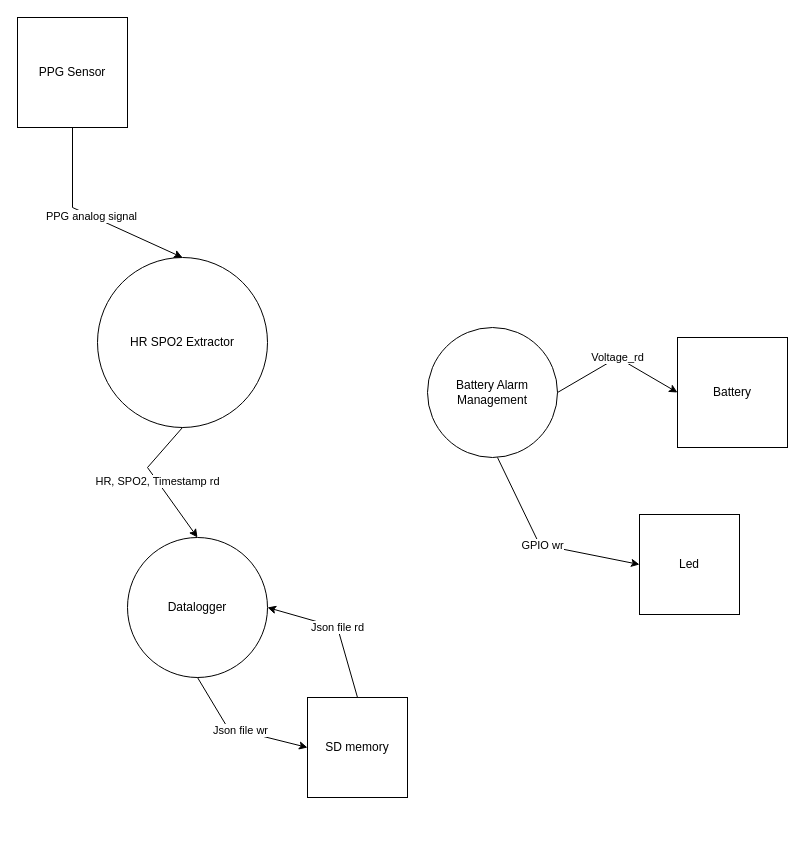
Earlier version of the draw.io diagram page "Level 1" (2 of 5) of diagrams/PPG signal processing device STM32F411RE.drawio.xml (Tonyb94/PPG-Signal-Processing). Source tidied: cells renumbered, new cells numbered last; positions are measured from the earlier drawing's top-left corner, leaving out a move shared by most shapes. Both pictures are drawn from the tidied source at 100%, with x=0, y=0 at pixel (17, 17).
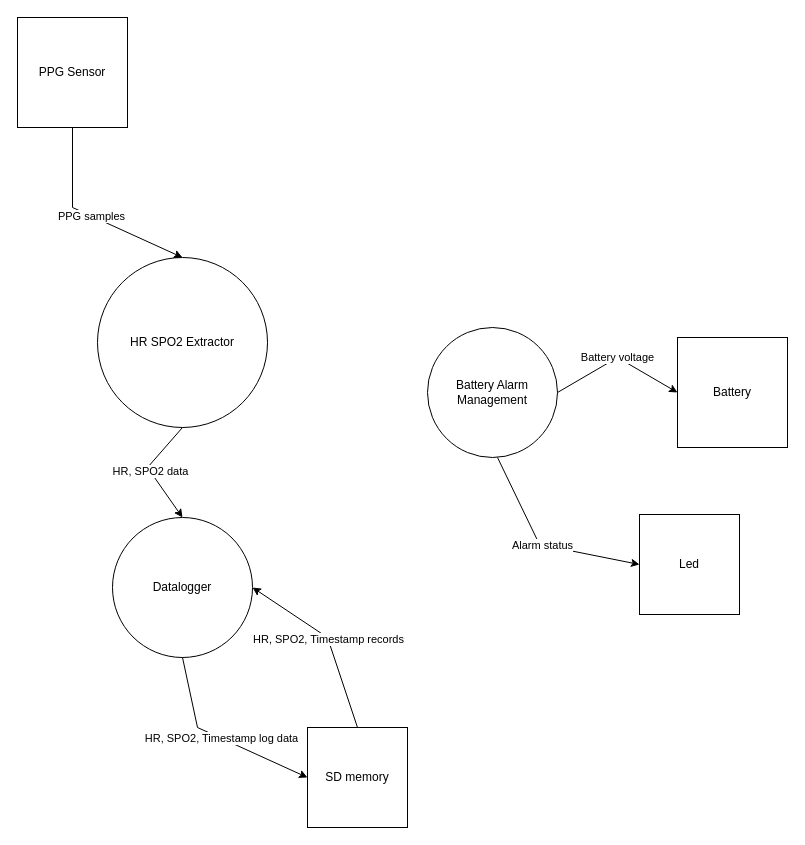
Above is the later version.

Unchanged cells that the change refers to:
```xml
<mxCell id="5" style="endArrow=classic;html=1;rounded=0;exitX=0.5;exitY=1;exitDx=0;exitDy=0;entryX=0.5;entryY=0;entryDx=0;entryDy=0;" parent="1" edge="1" source="2" target="3">
  <mxGeometry relative="1" as="geometry">
    <Array as="points">
      <mxPoint x="130" y="450" />
    </Array>
  </mxGeometry>
</mxCell>
<mxCell id="8" style="endArrow=classic;html=1;rounded=0;exitX=0.5;exitY=1;exitDx=0;exitDy=0;entryX=0.5;entryY=0;entryDx=0;entryDy=0;" parent="1" edge="1" source="7" target="2">
  <mxGeometry relative="1" as="geometry">
    <Array as="points">
      <mxPoint x="55" y="190" />
    </Array>
  </mxGeometry>
</mxCell>
<mxCell id="11" style="endArrow=classic;html=1;rounded=0;exitX=1;exitY=0.5;exitDx=0;exitDy=0;entryX=0;entryY=0.5;entryDx=0;entryDy=0;" parent="1" edge="1" source="4" target="10">
  <mxGeometry relative="1" as="geometry">
    <Array as="points">
      <mxPoint x="600" y="340" />
    </Array>
  </mxGeometry>
</mxCell>
<mxCell id="19" style="endArrow=classic;html=1;rounded=0;exitX=1;exitY=1;exitDx=0;exitDy=0;entryX=0;entryY=0.5;entryDx=0;entryDy=0;" parent="1" edge="1" target="18">
  <mxGeometry relative="1" as="geometry">
    <mxPoint x="480" y="440" as="sourcePoint" />
    <Array as="points">
      <mxPoint x="522" y="527" />
    </Array>
  </mxGeometry>
</mxCell>
```

Change to the diagram source:
```diff
@@
     <mxCell id="3" value="Datalogger" style="ellipse;whiteSpace=wrap;html=1;" parent="1" vertex="1">
-      <mxGeometry x="110" y="520" width="140" height="140" as="geometry" />
+      <mxGeometry x="95" y="500" width="140" height="140" as="geometry" />
     </mxCell>
@@
-    <mxCell id="6" value="HR, SPO2, Timestamp rd" style="edgeLabel;html=1;align=center;verticalAlign=middle;" parent="5" vertex="1">
+    <mxCell id="6" value="HR, SPO2 data" style="edgeLabel;html=1;align=center;verticalAlign=middle;" parent="5" vertex="1">
       <mxGeometry relative="1" as="geometry" />
     </mxCell>
@@
-    <mxCell id="9" value="PPG analog signal" style="edgeLabel;html=1;align=center;verticalAlign=middle;" parent="8" vertex="1">
+    <mxCell id="9" value="PPG samples" style="edgeLabel;html=1;align=center;verticalAlign=middle;" parent="8" vertex="1">
       <mxGeometry relative="1" as="geometry" />
     </mxCell>
@@
-    <mxCell id="12" value="Voltage_rd" style="edgeLabel;html=1;align=center;verticalAlign=middle;" parent="11" vertex="1">
+    <mxCell id="12" value="Battery voltage" style="edgeLabel;html=1;align=center;verticalAlign=middle;" parent="11" vertex="1">
       <mxGeometry relative="1" as="geometry" />
     </mxCell>
     <mxCell id="13" value="SD memory" style="whiteSpace=wrap;html=1;" parent="1" vertex="1">
-      <mxGeometry x="290" y="680" width="100" height="100" as="geometry" />
+      <mxGeometry x="290" y="710" width="100" height="100" as="geometry" />
     </mxCell>
     <mxCell id="14" style="endArrow=classic;html=1;rounded=0;exitX=0.5;exitY=1;exitDx=0;exitDy=0;entryX=0;entryY=0.5;entryDx=0;entryDy=0;" parent="1" edge="1" source="3" target="13">
       <mxGeometry relative="1" as="geometry">
         <Array as="points">
-          <mxPoint x="210" y="710" />
+          <mxPoint x="180" y="710" />
         </Array>
       </mxGeometry>
     </mxCell>
-    <mxCell id="15" value="Json file wr" style="edgeLabel;html=1;align=center;verticalAlign=middle;" parent="14" vertex="1">
+    <mxCell id="15" value="HR, SPO2, Timestamp log data" style="edgeLabel;html=1;align=center;verticalAlign=middle;" parent="14" vertex="1">
       <mxGeometry relative="1" as="geometry">
         <mxPoint x="1" as="offset" />
       </mxGeometry>
     </mxCell>
     <mxCell id="16" style="endArrow=classic;html=1;rounded=0;exitX=0.5;exitY=0;exitDx=0;exitDy=0;entryX=1;entryY=0.5;entryDx=0;entryDy=0;" parent="1" edge="1" source="13" target="3">
       <mxGeometry relative="1" as="geometry">
         <Array as="points">
-          <mxPoint x="320" y="610" />
+          <mxPoint x="310" y="620" />
         </Array>
       </mxGeometry>
     </mxCell>
-    <mxCell id="17" value="Json file rd" style="edgeLabel;html=1;align=center;verticalAlign=middle;" parent="16" vertex="1">
+    <mxCell id="17" value="HR, SPO2, Timestamp records" style="edgeLabel;html=1;align=center;verticalAlign=middle;" parent="16" vertex="1">
       <mxGeometry relative="1" as="geometry" />
     </mxCell>
@@
-    <mxCell id="20" value="GPIO wr" style="edgeLabel;html=1;align=center;verticalAlign=middle;" parent="19" vertex="1">
+    <mxCell id="20" value="Alarm status" style="edgeLabel;html=1;align=center;verticalAlign=middle;" parent="19" vertex="1">
       <mxGeometry relative="1" as="geometry" />
     </mxCell>
```
